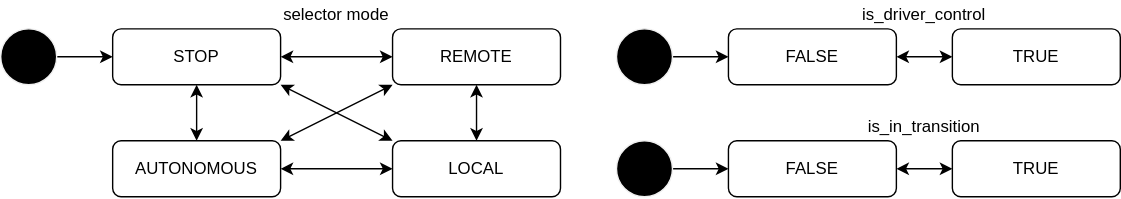
Before: pr-7/design/autoware-interfaces/ad-api/list/api/operation/mode/mode.drawio.svg, a diagram exported from draw.io (tier4/autoware-documentation). Source tidied: cells renumbered, new cells last; positions are measured from the earlier drawing's top-left corner, leaving out a move shared by most shapes.
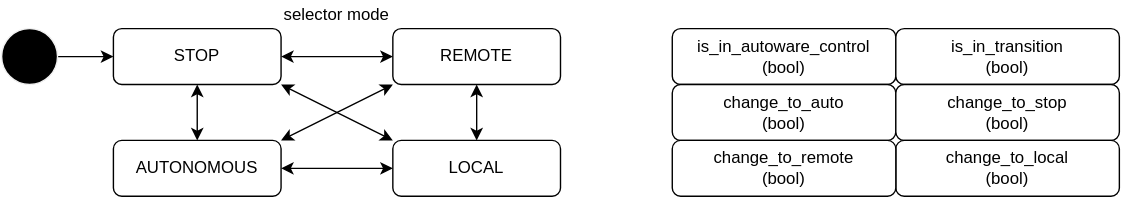
Later version of the same file.

The edit, as a diff of the source:
```diff
@@ -2,21 +2,6 @@
   <root>
     <mxCell id="0" />
     <mxCell id="1" parent="0" />
-    <mxCell id="2" value="TRUE" style="rounded=1;whiteSpace=wrap;html=1;" parent="1" vertex="1">
-      <mxGeometry x="680" y="100" width="120" height="40" as="geometry" />
-    </mxCell>
-    <mxCell id="3" style="edgeStyle=none;rounded=0;html=1;startArrow=classic;startFill=1;" parent="1" edge="1" source="4" target="2">
-      <mxGeometry relative="1" as="geometry" />
-    </mxCell>
-    <mxCell id="4" value="FALSE" style="rounded=1;whiteSpace=wrap;html=1;fontSize=12;" parent="1" vertex="1">
-      <mxGeometry x="520" y="100" width="120" height="40" as="geometry" />
-    </mxCell>
-    <mxCell id="5" style="edgeStyle=none;rounded=0;html=1;startArrow=none;startFill=0;" parent="1" edge="1" source="6" target="4">
-      <mxGeometry relative="1" as="geometry" />
-    </mxCell>
-    <mxCell id="6" style="shape=ellipse;html=1;fillColor=#000000;fontSize=18;fontColor=#ffffff;strokeColor=#F0F0F0;" parent="1" vertex="1">
-      <mxGeometry x="440" y="100" width="40" height="40" as="geometry" />
-    </mxCell>
     <mxCell id="7" style="edgeStyle=orthogonalEdgeStyle;rounded=0;html=1;startArrow=classic;startFill=1;" parent="1" edge="1" source="8" target="12">
       <mxGeometry relative="1" as="geometry" />
     </mxCell>
@@ -55,29 +40,26 @@
     <mxCell id="18" style="shape=ellipse;html=1;fillColor=#000000;fontSize=18;fontColor=#ffffff;strokeColor=#F0F0F0;" parent="1" vertex="1">
       <mxGeometry y="20" width="40" height="40" as="geometry" />
     </mxCell>
-    <mxCell id="19" style="edgeStyle=orthogonalEdgeStyle;rounded=0;html=1;startArrow=classic;startFill=1;" parent="1" edge="1" source="20" target="21">
-      <mxGeometry relative="1" as="geometry" />
-    </mxCell>
-    <mxCell id="20" value="FALSE" style="rounded=1;whiteSpace=wrap;html=1;fontSize=12;" parent="1" vertex="1">
-      <mxGeometry x="520" y="20" width="120" height="40" as="geometry" />
-    </mxCell>
-    <mxCell id="21" value="TRUE" style="rounded=1;whiteSpace=wrap;html=1;fontSize=12;" parent="1" vertex="1">
-      <mxGeometry x="680" y="20" width="120" height="40" as="geometry" />
-    </mxCell>
-    <mxCell id="22" style="edgeStyle=none;rounded=0;html=1;startArrow=none;startFill=0;" parent="1" edge="1" source="23" target="20">
-      <mxGeometry relative="1" as="geometry" />
-    </mxCell>
-    <mxCell id="23" style="shape=ellipse;html=1;fillColor=#000000;fontSize=18;fontColor=#ffffff;strokeColor=#F0F0F0;" parent="1" vertex="1">
-      <mxGeometry x="440" y="20" width="40" height="40" as="geometry" />
-    </mxCell>
     <mxCell id="24" value="&lt;span&gt;selector mode&lt;/span&gt;" style="text;html=1;strokeColor=none;fillColor=none;align=center;verticalAlign=middle;whiteSpace=wrap;rounded=0;" parent="1" vertex="1">
       <mxGeometry x="190" width="100" height="20" as="geometry" />
     </mxCell>
-    <mxCell id="25" value="is_driver_control" style="text;html=1;strokeColor=none;fillColor=none;align=center;verticalAlign=middle;whiteSpace=wrap;rounded=0;" parent="1" vertex="1">
-      <mxGeometry x="610" width="100" height="20" as="geometry" />
-    </mxCell>
-    <mxCell id="26" value="&lt;span&gt;is_in_transition&lt;/span&gt;" style="text;html=1;strokeColor=none;fillColor=none;align=center;verticalAlign=middle;whiteSpace=wrap;rounded=0;" parent="1" vertex="1">
-      <mxGeometry x="610" y="80" width="100" height="20" as="geometry" />
-    </mxCell>
+    <mxCell id="27" value="is_in_autoware_control&lt;br&gt;&amp;nbsp;(bool)" style="rounded=1;whiteSpace=wrap;html=1;fontSize=12;" parent="1" vertex="1">
+      <mxGeometry x="480" y="20" width="160" height="40" as="geometry" />
+    </mxCell>
+    <mxCell id="28" value="is_in_transition&lt;br&gt;(bool)" style="rounded=1;whiteSpace=wrap;html=1;fontSize=12;" parent="1" vertex="1">
+      <mxGeometry x="640" y="20" width="160" height="40" as="geometry" />
+    </mxCell>
+    <mxCell id="29" value="change_to_auto&lt;br&gt;(bool)" style="rounded=1;whiteSpace=wrap;html=1;fontSize=12;" parent="1" vertex="1">
+      <mxGeometry x="480" y="60" width="160" height="40" as="geometry" />
+    </mxCell>
+    <mxCell id="30" value="change_to_stop&lt;br&gt;(bool)" style="rounded=1;whiteSpace=wrap;html=1;fontSize=12;" parent="1" vertex="1">
+      <mxGeometry x="640" y="60" width="160" height="40" as="geometry" />
+    </mxCell>
+    <mxCell id="31" value="change_to_local&lt;br&gt;(bool)" style="rounded=1;whiteSpace=wrap;html=1;fontSize=12;" parent="1" vertex="1">
+      <mxGeometry x="640" y="100" width="160" height="40" as="geometry" />
+    </mxCell>
+    <mxCell id="32" value="change_to_remote&lt;br&gt;(bool)" style="rounded=1;whiteSpace=wrap;html=1;fontSize=12;" parent="1" vertex="1">
+      <mxGeometry x="480" y="100" width="160" height="40" as="geometry" />
+    </mxCell>
   </root>
 </mxGraphModel>
```
